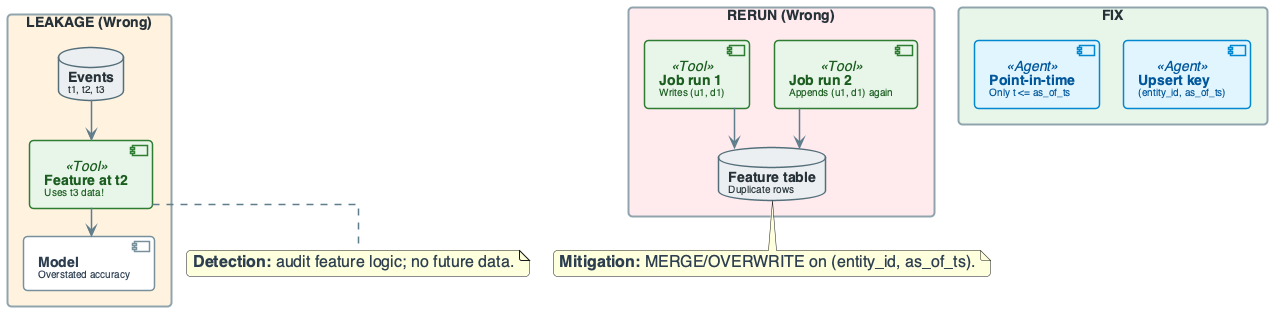
Above: diagrams/week11/week11_lecture_slide16_failure_leakage_rerun.png in OrPerets/data-engineering-course (PlantUML), before the change.
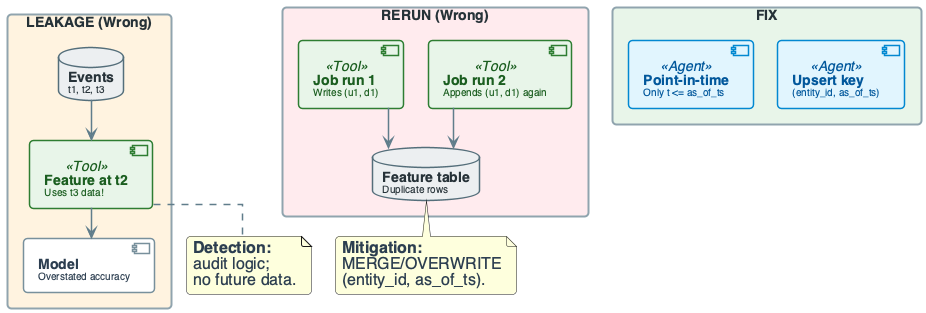
Later version of the same file.

Change to the diagram source:
```diff
@@ -139,7 +139,7 @@
     component "**Upsert key**\n<size:10>(entity_id, as_of_ts)</size>" as KEY <<Agent>>
 }
 
-note bottom of BAD : **Detection:** audit feature logic; no future data.
-note bottom of DUP : **Mitigation:** MERGE/OVERWRITE on (entity_id, as_of_ts).
+note bottom of BAD : **Detection:**\naudit logic;\nno future data.
+note bottom of DUP : **Mitigation:**\nMERGE/OVERWRITE\n(entity_id, as_of_ts).
 
 @enduml
```
